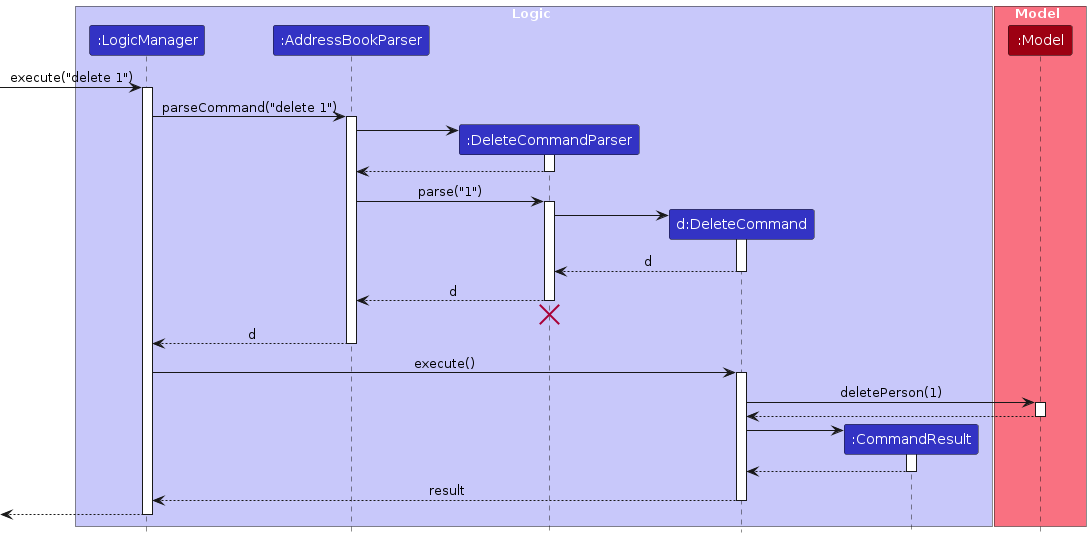
Before: diagrams/DeleteSequenceDiagram.png, a diagram exported from PlantUML (yyyaohhh/tp). Its source is kept beside it as diagrams/DeleteSequenceDiagram.puml.
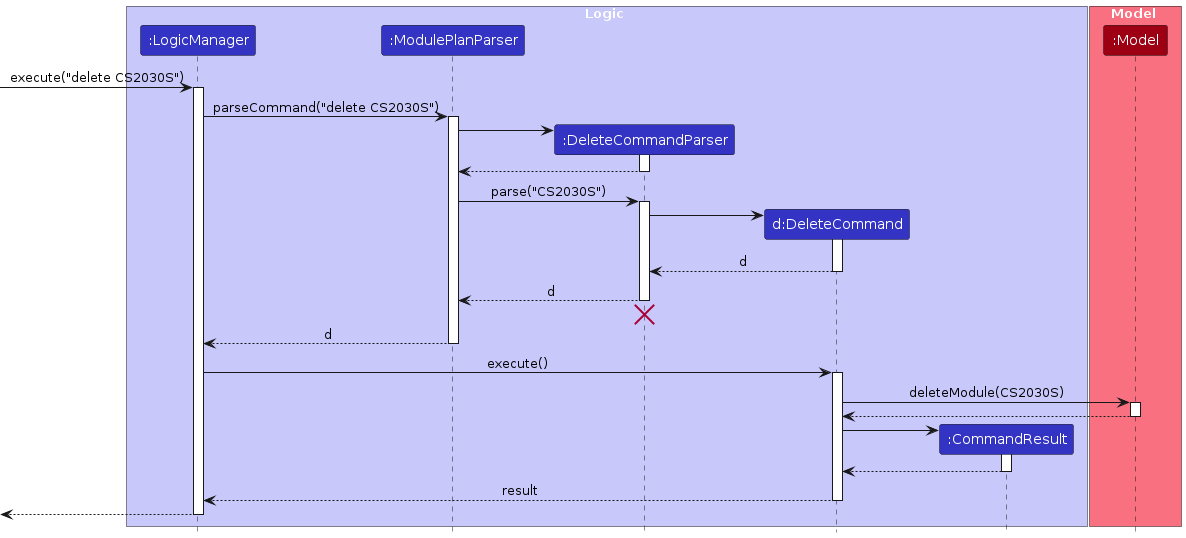
Later version of the same file.

What changed in the source:
```diff
@@ -4,7 +4,7 @@
 
 box Logic LOGIC_COLOR_T1
 participant ":LogicManager" as LogicManager LOGIC_COLOR
-participant ":AddressBookParser" as AddressBookParser LOGIC_COLOR
+participant ":ModulePlanParser" as ModulePlanParser LOGIC_COLOR
 participant ":DeleteCommandParser" as DeleteCommandParser LOGIC_COLOR
 participant "d:DeleteCommand" as DeleteCommand LOGIC_COLOR
 participant ":CommandResult" as CommandResult LOGIC_COLOR
@@ -14,20 +14,20 @@
 participant ":Model" as Model MODEL_COLOR
 end box
 
-[-> LogicManager : execute("delete 1")
+[-> LogicManager : execute("delete CS2030S")
 activate LogicManager
 
-LogicManager -> AddressBookParser : parseCommand("delete 1")
-activate AddressBookParser
+LogicManager -> ModulePlanParser : parseCommand("delete CS2030S")
+activate ModulePlanParser
 
 create DeleteCommandParser
-AddressBookParser -> DeleteCommandParser
+ModulePlanParser -> DeleteCommandParser
 activate DeleteCommandParser
 
-DeleteCommandParser --> AddressBookParser
+DeleteCommandParser --> ModulePlanParser
 deactivate DeleteCommandParser
 
-AddressBookParser -> DeleteCommandParser : parse("1")
+ModulePlanParser -> DeleteCommandParser : parse("CS2030S")
 activate DeleteCommandParser
 
 create DeleteCommand
@@ -37,18 +37,18 @@
 DeleteCommand --> DeleteCommandParser : d
 deactivate DeleteCommand
 
-DeleteCommandParser --> AddressBookParser : d
+DeleteCommandParser --> ModulePlanParser : d
 deactivate DeleteCommandParser
-DeleteCommandParser -[hidden]-> AddressBookParser
+DeleteCommandParser -[hidden]-> ModulePlanParser
 destroy DeleteCommandParser
 
-AddressBookParser --> LogicManager : d
-deactivate AddressBookParser
+ModulePlanParser --> LogicManager : d
+deactivate ModulePlanParser
 
 LogicManager -> DeleteCommand : execute()
 activate DeleteCommand
 
-DeleteCommand -> Model : deletePerson(1)
+DeleteCommand -> Model : deleteModule(CS2030S)
 activate Model
 
 Model --> DeleteCommand
```
